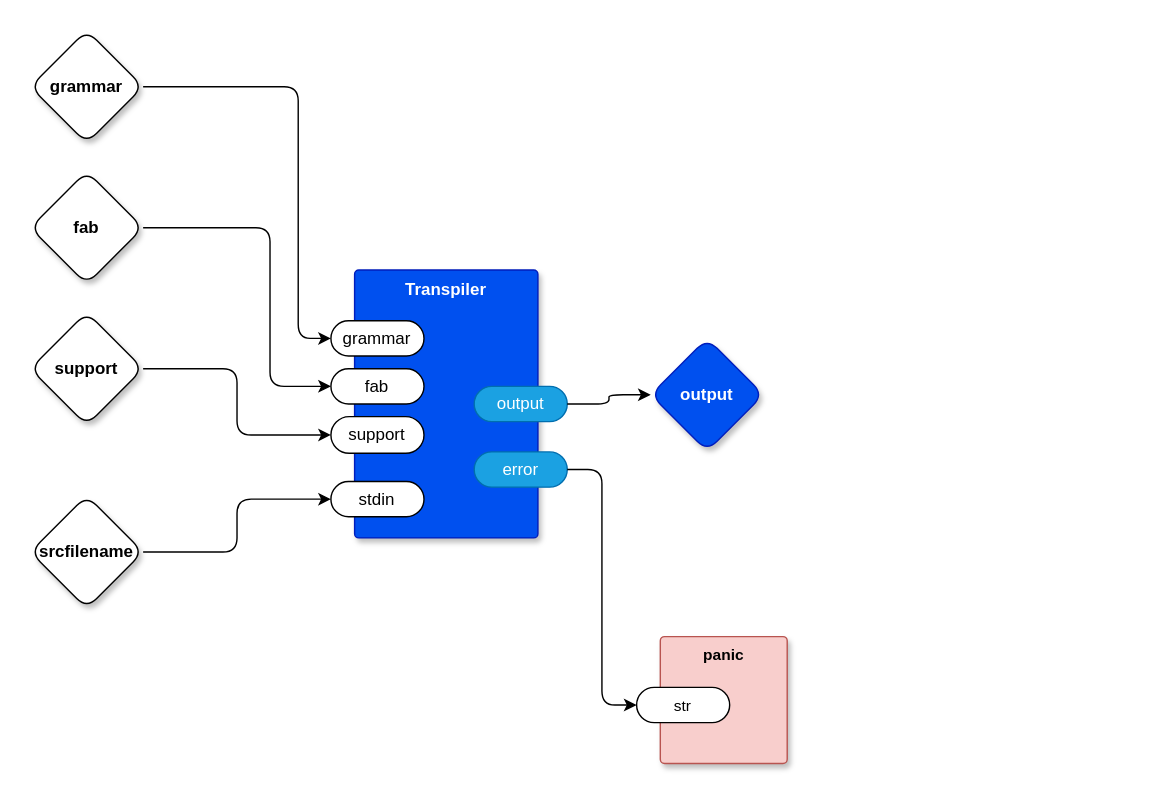
Before: page "main" (1 of 2) of ghoststars.drawio in guitarvydas/fabghoststars, a draw.io diagram. Source tidied: cells renumbered, new cells numbered last; positions are measured from the earlier drawing's top-left corner, leaving out a move shared by most shapes. Both pictures are drawn from the tidied source at 141%, with x=0, y=0 at pixel (30, 30).
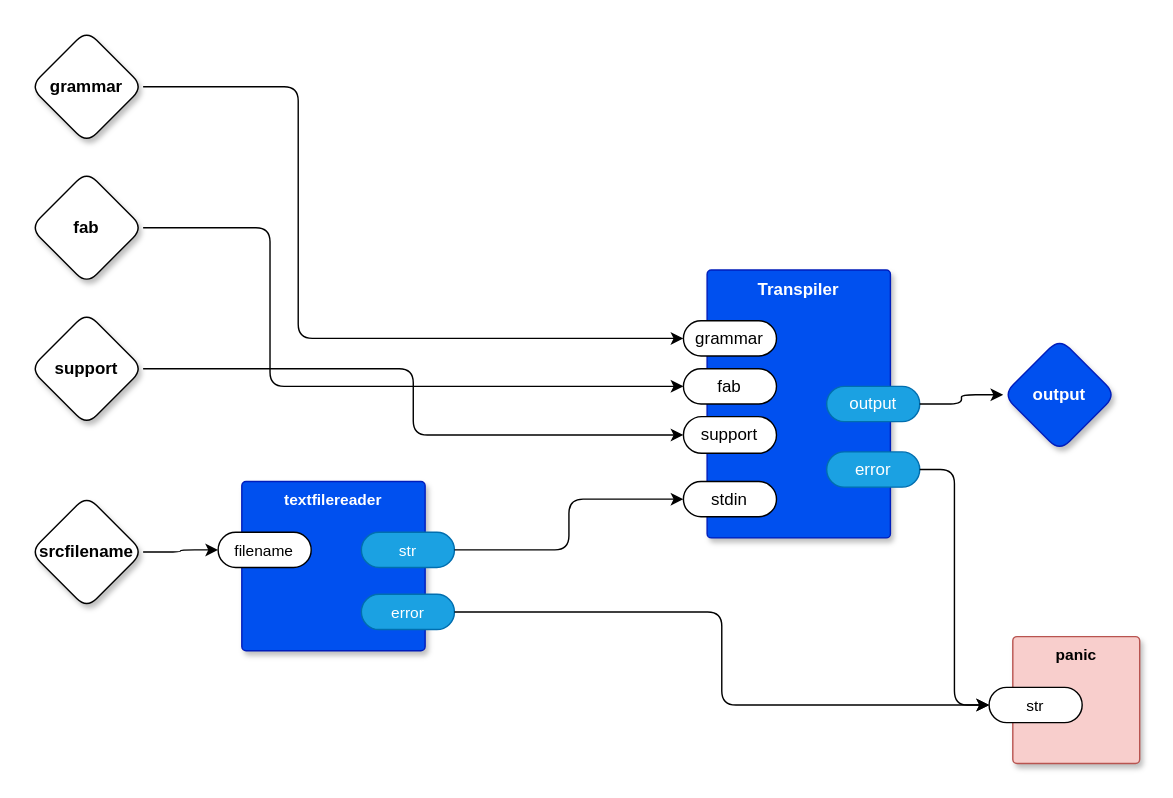
The same page after the edit.

The change refers to these unchanged cells:
```xml
<mxCell id="5" value="stdin" style="rounded=1;whiteSpace=wrap;html=1;sketch=0;points=[[0,0.5,0,0,0],[1,0.5,0,0,0]];arcSize=50;" parent="2" vertex="1">
  <mxGeometry x="-16.8" y="150" width="66" height="25" as="geometry" />
</mxCell>
<mxCell id="12" value="srcfilename" style="rhombus;whiteSpace=wrap;html=1;rounded=1;fontStyle=1;glass=0;sketch=0;fontSize=12;points=[[0,0.5,0,0,0],[0.5,0,0,0,0],[0.5,1,0,0,0],[1,0.5,0,0,0]];shadow=1;" parent="1" vertex="1">
  <mxGeometry y="330" width="80" height="80" as="geometry" />
</mxCell>
<mxCell id="20" value="str" style="rounded=1;whiteSpace=wrap;html=1;sketch=0;points=[[0,0.5,0,0,0],[1,0.5,0,0,0]];arcSize=50;fontFamily=Helvetica;fontSize=11;fontColor=default;" parent="19" vertex="1">
  <mxGeometry x="-16.8" y="36" width="66" height="25" as="geometry" />
</mxCell>
```

Diff of the diagram source:
```diff
@@
     <mxCell id="2" value="Transpiler" style="rounded=1;whiteSpace=wrap;html=1;sketch=0;verticalAlign=top;arcSize=6;fontStyle=1;absoluteArcSize=1;shadow=1;strokeColor=#001DBC;fillColor=#0050ef;fontColor=#ffffff;" parent="1" vertex="1">
-      <mxGeometry x="230" y="170" width="130" height="190" as="geometry" />
+      <mxGeometry x="480" y="170" width="130" height="190" as="geometry" />
     </mxCell>
@@
     <mxCell id="9" value="output" style="rhombus;whiteSpace=wrap;html=1;rounded=1;fillColor=#0050ef;fontColor=#ffffff;strokeColor=#001DBC;fontStyle=1;glass=0;sketch=0;fontSize=12;points=[[0,0.5,0,0,0],[0.5,0,0,0,0],[0.5,1,0,0,0],[1,0.5,0,0,0]];shadow=1;" parent="1" vertex="1">
-      <mxGeometry x="440" y="218.5" width="80" height="80" as="geometry" />
+      <mxGeometry x="690" y="218.5" width="80" height="80" as="geometry" />
     </mxCell>
@@
-    <mxCell id="11" style="edgeStyle=orthogonalEdgeStyle;shape=connector;rounded=1;jettySize=auto;html=1;exitX=1;exitY=0.5;exitDx=0;exitDy=0;exitPerimeter=0;entryX=0;entryY=0.5;entryDx=0;entryDy=0;entryPerimeter=0;labelBackgroundColor=default;strokeColor=default;fontFamily=Helvetica;fontSize=11;fontColor=default;endArrow=classic;" parent="1" edge="1" source="12" target="5">
-      <mxGeometry relative="1" as="geometry" />
-    </mxCell>
+    <mxCell id="22" style="edgeStyle=orthogonalEdgeStyle;shape=connector;rounded=1;jettySize=auto;html=1;exitX=1;exitY=0.5;exitDx=0;exitDy=0;exitPerimeter=0;entryX=0;entryY=0.5;entryDx=0;entryDy=0;entryPerimeter=0;labelBackgroundColor=default;strokeColor=default;fontFamily=Helvetica;fontSize=11;fontColor=default;endArrow=classic;" parent="1" edge="1" source="12" target="24">
+      <mxGeometry relative="1" as="geometry" />
+    </mxCell>
@@
     <mxCell id="19" value="panic" style="rounded=1;whiteSpace=wrap;html=1;sketch=0;verticalAlign=top;arcSize=6;fontStyle=1;absoluteArcSize=1;shadow=1;strokeColor=#b85450;fillColor=#f8cecc;fontFamily=Helvetica;fontSize=11;" parent="1" vertex="1">
-      <mxGeometry x="446.8" y="430" width="90" height="90" as="geometry" />
+      <mxGeometry x="696.8" y="430" width="90" height="90" as="geometry" />
     </mxCell>
@@
+    <mxCell id="23" value="textfilereader" style="rounded=1;whiteSpace=wrap;html=1;sketch=0;verticalAlign=top;arcSize=6;fontStyle=1;absoluteArcSize=1;shadow=1;strokeColor=#001DBC;fillColor=#0050ef;fontColor=#ffffff;fontFamily=Helvetica;fontSize=11;" parent="1" vertex="1">
+      <mxGeometry x="150" y="320" width="130" height="120" as="geometry" />
+    </mxCell>
+    <mxCell id="24" value="filename" style="rounded=1;whiteSpace=wrap;html=1;sketch=0;points=[[0,0.5,0,0,0],[1,0.5,0,0,0]];arcSize=50;fontFamily=Helvetica;fontSize=11;fontColor=default;" parent="23" vertex="1">
+      <mxGeometry x="-16.8" y="36" width="66" height="25" as="geometry" />
+    </mxCell>
+    <mxCell id="25" value="str" style="rounded=1;whiteSpace=wrap;html=1;sketch=0;points=[[0,0.5,0,0,0],[1,0.5,0,0,0]];fillColor=#1ba1e2;fontColor=#ffffff;strokeColor=#006EAF;arcSize=50;fontFamily=Helvetica;fontSize=11;" parent="23" vertex="1">
+      <mxGeometry x="84.8" y="36" width="66" height="25" as="geometry" />
+    </mxCell>
+    <mxCell id="26" value="error" style="rounded=1;whiteSpace=wrap;html=1;sketch=0;points=[[0,0.5,0,0,0],[1,0.5,0,0,0]];fillColor=#1ba1e2;fontColor=#ffffff;strokeColor=#006EAF;arcSize=50;fontFamily=Helvetica;fontSize=11;" parent="23" vertex="1">
+      <mxGeometry x="84.8" y="80" width="66" height="25" as="geometry" />
+    </mxCell>
+    <mxCell id="27" style="edgeStyle=orthogonalEdgeStyle;shape=connector;rounded=1;jettySize=auto;html=1;entryX=0;entryY=0.5;entryDx=0;entryDy=0;entryPerimeter=0;labelBackgroundColor=default;strokeColor=default;fontFamily=Helvetica;fontSize=11;fontColor=default;endArrow=classic;" parent="1" edge="1" source="25" target="5">
+      <mxGeometry relative="1" as="geometry" />
+    </mxCell>
+    <mxCell id="28" style="edgeStyle=orthogonalEdgeStyle;shape=connector;rounded=1;jettySize=auto;html=1;exitX=1;exitY=0.5;exitDx=0;exitDy=0;exitPerimeter=0;entryX=0;entryY=0.5;entryDx=0;entryDy=0;entryPerimeter=0;labelBackgroundColor=default;strokeColor=default;fontFamily=Helvetica;fontSize=11;fontColor=default;endArrow=classic;" parent="1" edge="1" source="26" target="20">
+      <mxGeometry relative="1" as="geometry" />
+    </mxCell>
```
